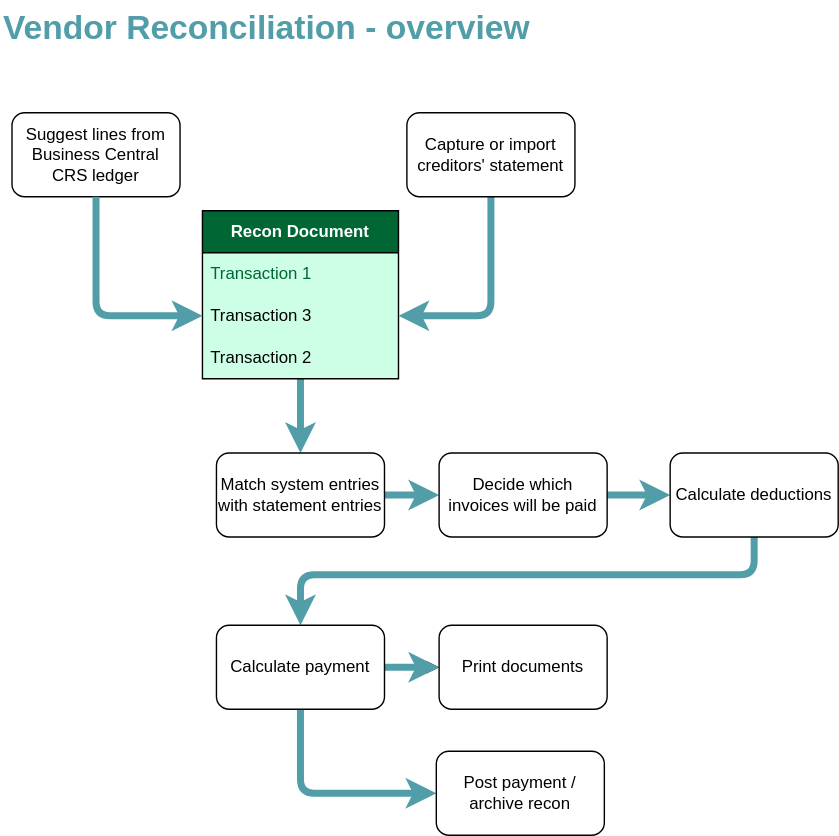
Above: Vendor Recon/VRS_Process.drawio.svg in Braintree-by-Vox/trade_assistant (draw.io), before the change. Source tidied: cells renumbered, new cells last; positions are measured from the earlier drawing's top-left corner, leaving out a move shared by most shapes.
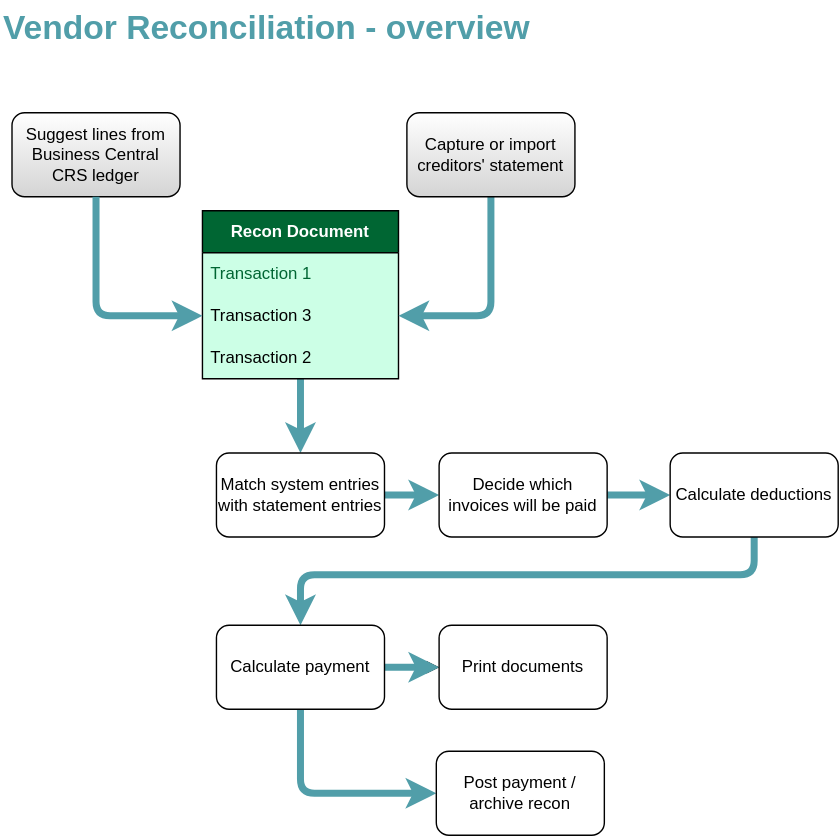
After the commit.

Diff of the diagram source:
```diff
@@ -5,7 +5,7 @@
     <mxCell id="2" value="Vendor Reconciliation - overview" style="text;strokeColor=none;fillColor=none;html=1;fontSize=24;fontStyle=1;verticalAlign=middle;align=left;labelBackgroundColor=none;fontColor=light-dark(#519EA9,#00331A);" parent="1" vertex="1">
       <mxGeometry width="508" height="40" as="geometry" />
     </mxCell>
-    <mxCell id="3" value="Suggest lines from Business Central CRS ledger" style="rounded=1;whiteSpace=wrap;html=1;labelBackgroundColor=none;gradientColor=none;" parent="1" vertex="1">
+    <mxCell id="3" value="Suggest lines from Business Central CRS ledger" style="rounded=1;whiteSpace=wrap;html=1;labelBackgroundColor=none;gradientColor=#D4D4D4;" parent="1" vertex="1">
       <mxGeometry x="8" y="80" width="120" height="60" as="geometry" />
     </mxCell>
     <mxCell id="4" style="edgeStyle=orthogonalEdgeStyle;html=1;strokeColor=#519EA9;strokeWidth=5;" parent="1" edge="1" source="5" target="13">
@@ -29,7 +29,7 @@
     <mxCell id="10" style="edgeStyle=orthogonalEdgeStyle;html=1;entryX=1;entryY=0.5;entryDx=0;entryDy=0;strokeWidth=5;strokeColor=light-dark(#519EA9,#000F0F);" parent="1" edge="1" source="11" target="7">
       <mxGeometry relative="1" as="geometry" />
     </mxCell>
-    <mxCell id="11" value="Capture or import creditors' statement" style="rounded=1;whiteSpace=wrap;html=1;" parent="1" vertex="1">
+    <mxCell id="11" value="Capture or import creditors' statement" style="rounded=1;whiteSpace=wrap;html=1;gradientColor=#D4D4D4;" parent="1" vertex="1">
       <mxGeometry x="290" y="80" width="120" height="60" as="geometry" />
     </mxCell>
     <mxCell id="12" style="edgeStyle=orthogonalEdgeStyle;html=1;strokeWidth=5;strokeColor=#519EA9;" parent="1" edge="1" source="13" target="15">
```
